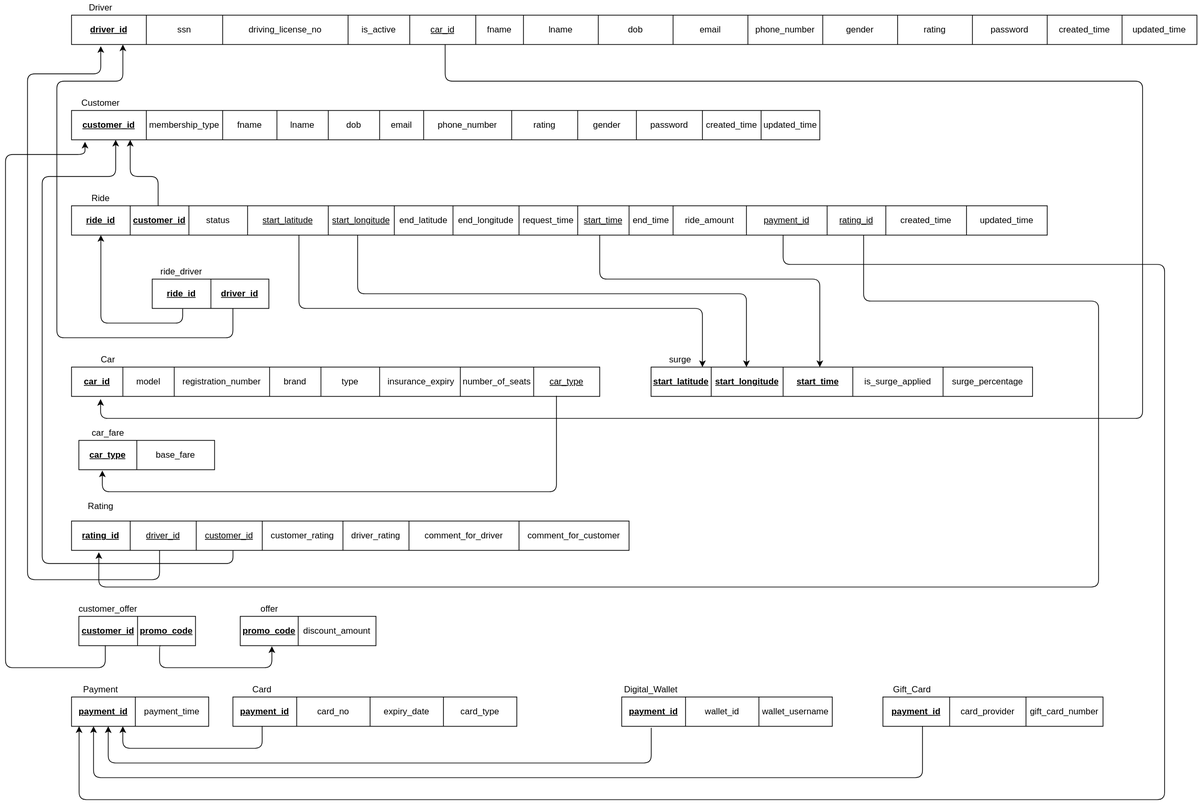
This is ER Schema.svg from NandhiniPeriyasamy13/Uber-backend-database-design, a draw.io export, as it was before one commit. Source tidied: cells renumbered, new cells last; positions are measured from the earlier drawing's top-left corner, leaving out a move shared by most shapes.
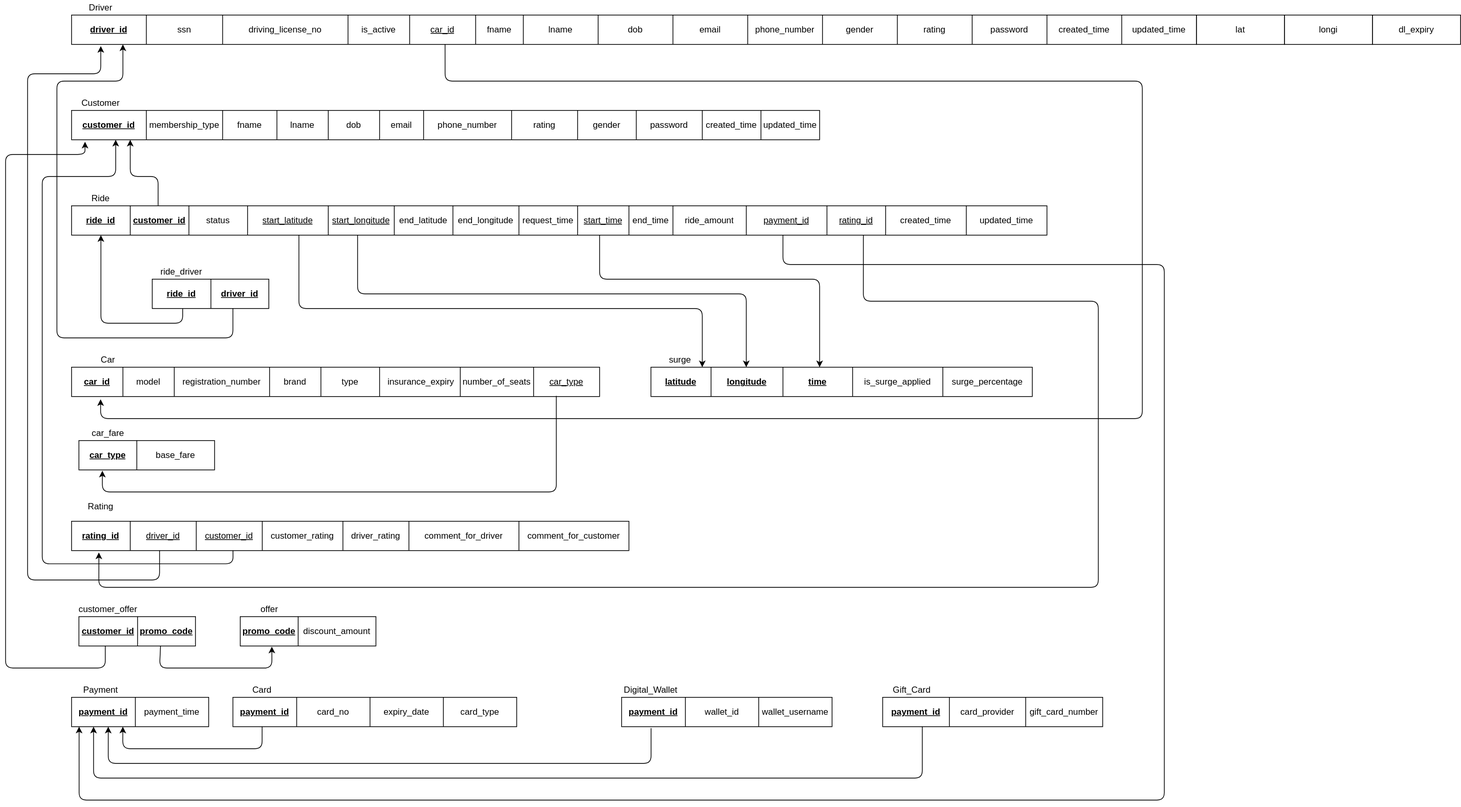
After the change.

What changed in the source:
```diff
@@ -299,13 +299,13 @@
     <mxCell id="100" style="shape=partialRectangle;html=1;whiteSpace=wrap;fillColor=none;top=0;left=0;bottom=0;right=0;fontSize=12;" parent="99" vertex="1">
       <mxGeometry width="520" height="40" as="geometry" />
     </mxCell>
-    <mxCell id="101" value="&lt;u&gt;&lt;b&gt;start_latitude&lt;/b&gt;&lt;/u&gt;" style="shape=partialRectangle;html=1;whiteSpace=wrap;fillColor=none;top=0;left=0;bottom=0;right=0;overflow=hidden;fontSize=12;" parent="100" vertex="1">
+    <mxCell id="101" value="&lt;u&gt;&lt;b&gt;latitude&lt;/b&gt;&lt;/u&gt;" style="shape=partialRectangle;html=1;whiteSpace=wrap;fillColor=none;top=0;left=0;bottom=0;right=0;overflow=hidden;fontSize=12;" parent="100" vertex="1">
       <mxGeometry width="82" height="40" as="geometry" />
     </mxCell>
-    <mxCell id="102" value="&lt;u&gt;&lt;b&gt;start_longitude&lt;/b&gt;&lt;/u&gt;" style="shape=partialRectangle;html=1;whiteSpace=wrap;fillColor=none;top=0;left=0;bottom=0;right=0;overflow=hidden;fontSize=12;" parent="100" vertex="1">
+    <mxCell id="102" value="&lt;u&gt;&lt;b&gt;longitude&lt;/b&gt;&lt;/u&gt;" style="shape=partialRectangle;html=1;whiteSpace=wrap;fillColor=none;top=0;left=0;bottom=0;right=0;overflow=hidden;fontSize=12;" parent="100" vertex="1">
       <mxGeometry x="82" width="98" height="40" as="geometry" />
     </mxCell>
-    <mxCell id="103" value="&lt;u&gt;&lt;b&gt;start_time&lt;/b&gt;&lt;/u&gt;" style="shape=partialRectangle;html=1;whiteSpace=wrap;fillColor=none;top=0;left=0;bottom=0;right=0;overflow=hidden;fontSize=12;" parent="100" vertex="1">
+    <mxCell id="103" value="&lt;u&gt;&lt;b&gt;time&lt;/b&gt;&lt;/u&gt;" style="shape=partialRectangle;html=1;whiteSpace=wrap;fillColor=none;top=0;left=0;bottom=0;right=0;overflow=hidden;fontSize=12;" parent="100" vertex="1">
       <mxGeometry x="180" width="95" height="40" as="geometry" />
     </mxCell>
     <mxCell id="104" value="&lt;span style=&quot;font-size: 12px;&quot;&gt;is_surge_applied&lt;/span&gt;" style="shape=partialRectangle;html=1;whiteSpace=wrap;fillColor=none;top=0;left=0;bottom=0;right=0;overflow=hidden;fontSize=12;" parent="100" vertex="1">
@@ -541,5 +541,14 @@
         </Array>
       </mxGeometry>
     </mxCell>
+    <mxCell id="143" value="lat" style="whiteSpace=wrap;html=1;startSize=0;" parent="1" vertex="1">
+      <mxGeometry x="1624" y="20" width="120" height="40" as="geometry" />
+    </mxCell>
+    <mxCell id="144" value="longi" style="whiteSpace=wrap;html=1;startSize=0;" parent="1" vertex="1">
+      <mxGeometry x="1744" y="20" width="120" height="40" as="geometry" />
+    </mxCell>
+    <mxCell id="145" value="dl_expiry" style="whiteSpace=wrap;html=1;startSize=0;" parent="1" vertex="1">
+      <mxGeometry x="1864" y="20" width="120" height="40" as="geometry" />
+    </mxCell>
   </root>
 </mxGraphModel>
```
